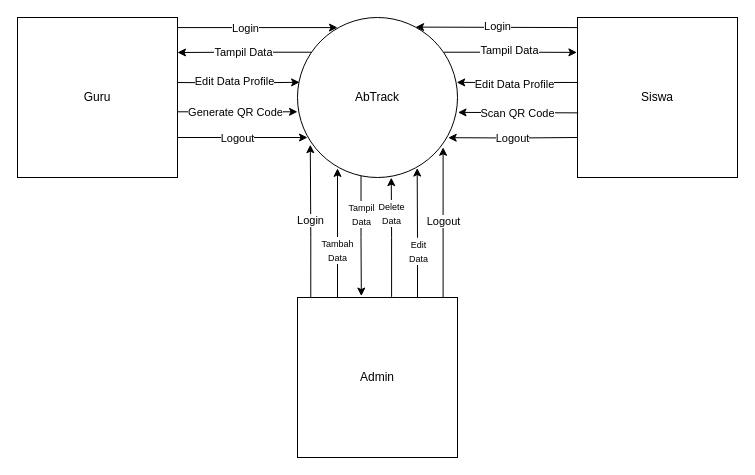
Before: Perancangan/draw.io/DFD0.drawio in SKARIGA-RPL-XII/project-kik-RadWork01, a draw.io diagram. Source tidied: cells renumbered, new cells numbered last; positions are measured from the earlier drawing's top-left corner, leaving out a move shared by most shapes. Both pictures are drawn from the tidied source at 100%, with x=0, y=0 at pixel (17, 17).
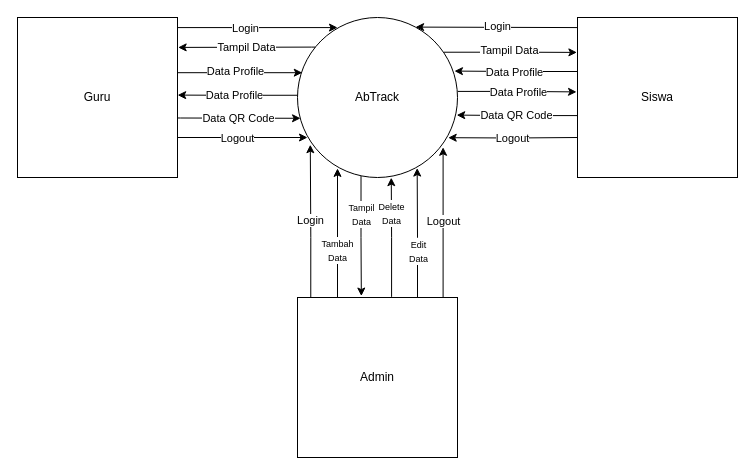
The same page after the edit.

The change refers to these unchanged cells:
```xml
<mxCell id="2" value="AbTrack" style="ellipse;whiteSpace=wrap;html=1;" parent="1" vertex="1">
  <mxGeometry x="280" width="160" height="160" as="geometry" />
</mxCell>
<mxCell id="3" value="Guru" style="whiteSpace=wrap;html=1;" parent="1" vertex="1">
  <mxGeometry width="160" height="160" as="geometry" />
</mxCell>
<mxCell id="4" value="Siswa" style="whiteSpace=wrap;html=1;" parent="1" vertex="1">
  <mxGeometry x="560" width="160" height="160" as="geometry" />
</mxCell>
```

Diff of the diagram source:
```diff
@@
-    <mxCell id="26" style="endArrow=classic;html=1;rounded=0;edgeStyle=orthogonalEdgeStyle;entryX=1.01;entryY=0.585;entryDx=0;entryDy=0;entryPerimeter=0;exitX=0.086;exitY=0.217;exitDx=0;exitDy=0;exitPerimeter=0;" parent="1" edge="1" source="2">
+    <mxCell id="26" style="endArrow=classic;html=1;rounded=0;edgeStyle=orthogonalEdgeStyle;exitX=0.112;exitY=0.185;exitDx=0;exitDy=0;exitPerimeter=0;entryX=1.004;entryY=0.187;entryDx=0;entryDy=0;entryPerimeter=0;" parent="1" edge="1" source="2" target="3">
       <mxGeometry relative="1" as="geometry">
-        <mxPoint x="160" y="35" as="targetPoint" />
+        <Array as="points">
+          <mxPoint x="294" y="30" />
+        </Array>
       </mxGeometry>
     </mxCell>
@@
-    <mxCell id="30" style="endArrow=classic;html=1;rounded=0;entryX=1.003;entryY=0.568;entryDx=0;entryDy=0;entryPerimeter=0;edgeStyle=orthogonalEdgeStyle;exitX=0.004;exitY=0.596;exitDx=0;exitDy=0;exitPerimeter=0;" parent="1" edge="1" source="4">
-      <mxGeometry relative="1" as="geometry">
-        <mxPoint x="440.5" y="94.9" as="targetPoint" />
-      </mxGeometry>
+    <mxCell id="30" style="endArrow=classic;html=1;rounded=0;entryX=0.995;entryY=0.61;entryDx=0;entryDy=0;entryPerimeter=0;edgeStyle=orthogonalEdgeStyle;exitX=0.003;exitY=0.613;exitDx=0;exitDy=0;exitPerimeter=0;" parent="1" edge="1" source="4" target="2">
+      <mxGeometry relative="1" as="geometry" />
     </mxCell>
-    <mxCell id="31" value="Scan QR Code" style="edgeLabel;html=1;align=center;verticalAlign=middle;" parent="30" vertex="1">
+    <mxCell id="31" value="Data QR Code" style="edgeLabel;html=1;align=center;verticalAlign=middle;" parent="30" vertex="1">
       <mxGeometry x="0.02" y="-2" relative="1" as="geometry">
         <mxPoint y="2" as="offset" />
       </mxGeometry>
     </mxCell>
-    <mxCell id="32" style="endArrow=classic;html=1;rounded=0;edgeStyle=orthogonalEdgeStyle;entryX=0.995;entryY=0.418;entryDx=0;entryDy=0;entryPerimeter=0;exitX=0.001;exitY=0.406;exitDx=0;exitDy=0;exitPerimeter=0;" parent="1" edge="1" source="4">
+    <mxCell id="32" style="endArrow=classic;html=1;rounded=0;edgeStyle=orthogonalEdgeStyle;entryX=0.981;entryY=0.335;entryDx=0;entryDy=0;entryPerimeter=0;exitX=0;exitY=0.344;exitDx=0;exitDy=0;exitPerimeter=0;" parent="1" edge="1" source="4" target="2">
       <mxGeometry relative="1" as="geometry">
-        <mxPoint x="439.2" y="64.9" as="targetPoint" />
+        <Array as="points">
+          <mxPoint x="560" y="54" />
+          <mxPoint x="500" y="54" />
+        </Array>
       </mxGeometry>
     </mxCell>
-    <mxCell id="33" value="Edit Data Profile" style="edgeLabel;html=1;align=center;verticalAlign=middle;" parent="32" vertex="1">
+    <mxCell id="33" value="Data Profile" style="edgeLabel;html=1;align=center;verticalAlign=middle;" parent="32" vertex="1">
       <mxGeometry x="0.05" y="1" relative="1" as="geometry" />
     </mxCell>
-    <mxCell id="34" style="endArrow=classic;html=1;rounded=0;edgeStyle=orthogonalEdgeStyle;entryX=0.013;entryY=0.399;entryDx=0;entryDy=0;entryPerimeter=0;" parent="1" edge="1">
-      <mxGeometry relative="1" as="geometry">
-        <mxPoint x="160" y="65" as="sourcePoint" />
-        <mxPoint x="282.1" y="64.8" as="targetPoint" />
-      </mxGeometry>
+    <mxCell id="34" style="endArrow=classic;html=1;rounded=0;edgeStyle=orthogonalEdgeStyle;exitX=1;exitY=0.345;exitDx=0;exitDy=0;exitPerimeter=0;entryX=0.03;entryY=0.345;entryDx=0;entryDy=0;entryPerimeter=0;" parent="1" edge="1" source="3" target="2">
+      <mxGeometry relative="1" as="geometry" />
     </mxCell>
-    <mxCell id="35" value="Edit Data Profile" style="edgeLabel;html=1;align=center;verticalAlign=middle;" parent="34" vertex="1">
+    <mxCell id="35" value="Data Profile" style="edgeLabel;html=1;align=center;verticalAlign=middle;" parent="34" vertex="1">
       <mxGeometry x="-0.28" y="2" relative="1" as="geometry">
         <mxPoint x="12" as="offset" />
       </mxGeometry>
     </mxCell>
-    <mxCell id="36" style="endArrow=classic;html=1;rounded=0;exitX=0.997;exitY=0.583;exitDx=0;exitDy=0;exitPerimeter=0;edgeStyle=orthogonalEdgeStyle;entryX=0;entryY=0.583;entryDx=0;entryDy=0;entryPerimeter=0;" parent="1" edge="1">
+    <mxCell id="36" style="endArrow=classic;html=1;rounded=0;exitX=1.001;exitY=0.628;exitDx=0;exitDy=0;exitPerimeter=0;edgeStyle=orthogonalEdgeStyle;entryX=0.019;entryY=0.63;entryDx=0;entryDy=0;entryPerimeter=0;" parent="1" edge="1" source="3" target="2">
       <mxGeometry relative="1" as="geometry">
-        <mxPoint x="159.5" y="94.3" as="sourcePoint" />
-        <mxPoint x="280" y="94.3" as="targetPoint" />
+        <Array as="points">
+          <mxPoint x="163" y="100" />
+        </Array>
       </mxGeometry>
     </mxCell>
-    <mxCell id="37" value="Generate QR Code" style="edgeLabel;html=1;align=center;verticalAlign=middle;" parent="36" vertex="1">
+    <mxCell id="37" value="Data QR Code" style="edgeLabel;html=1;align=center;verticalAlign=middle;" parent="36" vertex="1">
       <mxGeometry x="-0.03" relative="1" as="geometry" />
     </mxCell>
+    <mxCell id="38" style="endArrow=classic;html=1;rounded=0;edgeStyle=orthogonalEdgeStyle;entryX=1.001;entryY=0.485;entryDx=0;entryDy=0;entryPerimeter=0;exitX=0;exitY=0.486;exitDx=0;exitDy=0;exitPerimeter=0;" parent="1" edge="1" source="2" target="3">
+      <mxGeometry relative="1" as="geometry" />
+    </mxCell>
+    <mxCell id="39" value="Data Profile" style="edgeLabel;html=1;align=center;verticalAlign=middle;" parent="38" vertex="1">
+      <mxGeometry x="0.06" relative="1" as="geometry" />
+    </mxCell>
+    <mxCell id="40" style="endArrow=classic;html=1;rounded=0;edgeStyle=orthogonalEdgeStyle;exitX=1.002;exitY=0.462;exitDx=0;exitDy=0;exitPerimeter=0;entryX=-0.006;entryY=0.465;entryDx=0;entryDy=0;entryPerimeter=0;" parent="1" edge="1" source="2" target="4">
+      <mxGeometry relative="1" as="geometry" />
+    </mxCell>
+    <mxCell id="41" value="Data Profile" style="edgeLabel;html=1;align=center;verticalAlign=middle;" parent="40" vertex="1">
+      <mxGeometry x="-0.05" y="-1" relative="1" as="geometry">
+        <mxPoint x="3" as="offset" />
+      </mxGeometry>
+    </mxCell>
```
